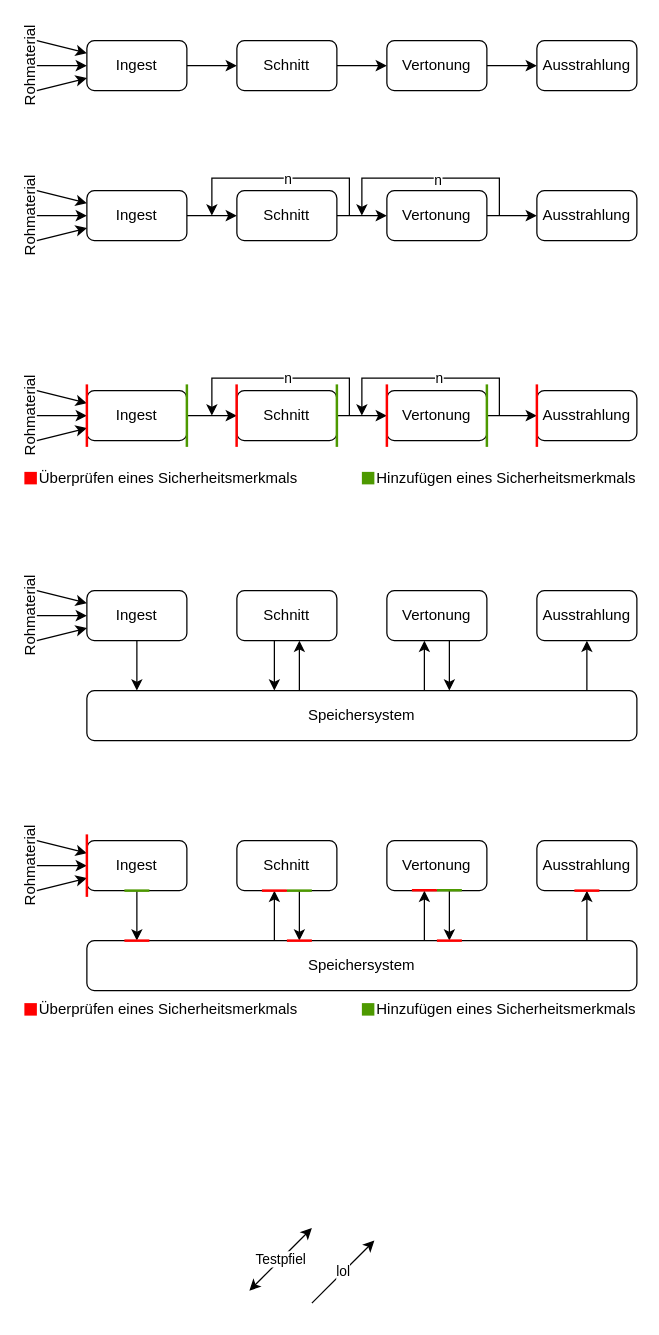
Before: Produktionsprozess.drawio in timteller/Grafiken_Bachelorarbeit, a draw.io diagram. Source tidied: cells renumbered, new cells numbered last; positions are measured from the earlier drawing's top-left corner, leaving out a move shared by most shapes. Both pictures are drawn from the tidied source at 125%, with x=0, y=0 at pixel (-14, 40).
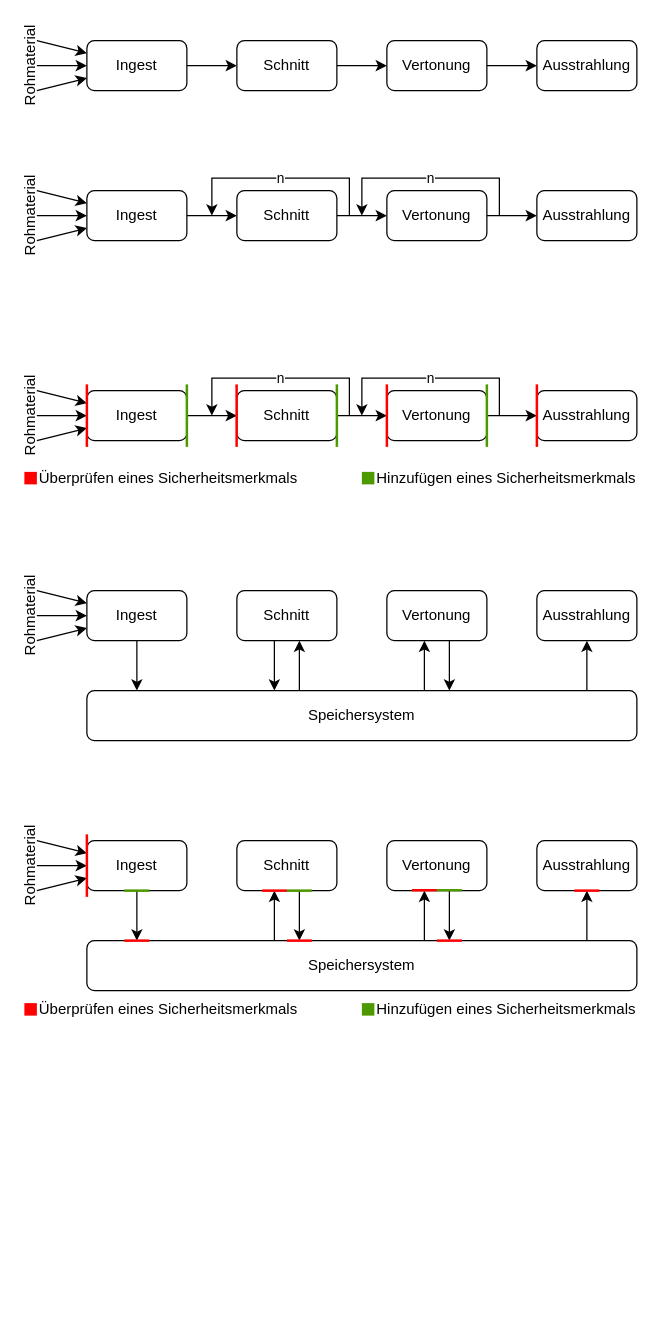
The same page after the edit.

What changed in the source:
```diff
@@
-    <mxCell id="25" style="endArrow=classic;html=1;rounded=0;" parent="13" edge="1">
-      <mxGeometry relative="1" as="geometry">
-        <mxPoint x="290" y="140" as="sourcePoint" />
-        <mxPoint x="180" y="140" as="targetPoint" />
-        <Array as="points">
-          <mxPoint x="290" y="110" />
-          <mxPoint x="240" y="110" />
-          <mxPoint x="180" y="110" />
-        </Array>
-      </mxGeometry>
-    </mxCell>
-    <mxCell id="26" value="n" style="edgeLabel;html=1;align=center;verticalAlign=middle;" parent="25" vertex="1">
-      <mxGeometry x="0.05" relative="1" as="geometry">
-        <mxPoint x="9" as="offset" />
-      </mxGeometry>
-    </mxCell>
-    <mxCell id="27" style="endArrow=classic;html=1;rounded=0;" parent="13" edge="1">
-      <mxGeometry relative="1" as="geometry">
-        <mxPoint x="410" y="140" as="sourcePoint" />
-        <mxPoint x="300" y="140" as="targetPoint" />
-        <Array as="points">
-          <mxPoint x="410" y="110" />
-          <mxPoint x="300" y="110" />
-        </Array>
-      </mxGeometry>
-    </mxCell>
-    <mxCell id="28" value="n" style="edgeLabel;html=1;align=center;verticalAlign=middle;" parent="27" vertex="1">
-      <mxGeometry x="-0.07" y="1" relative="1" as="geometry">
-        <mxPoint x="-1" as="offset" />
-      </mxGeometry>
-    </mxCell>
+    <mxCell id="105" value="n" style="endArrow=classic;html=1;rounded=0;" parent="13" edge="1">
+      <mxGeometry relative="1" as="geometry">
+        <mxPoint x="410" y="140" as="sourcePoint" />
+        <mxPoint x="300" y="140" as="targetPoint" />
+        <Array as="points">
+          <mxPoint x="410" y="110" />
+          <mxPoint x="300" y="110" />
+        </Array>
+      </mxGeometry>
+    </mxCell>
+    <mxCell id="106" value="n" style="endArrow=classic;html=1;rounded=0;" parent="13" edge="1">
+      <mxGeometry relative="1" as="geometry">
+        <mxPoint x="290" y="140" as="sourcePoint" />
+        <mxPoint x="180" y="140" as="targetPoint" />
+        <Array as="points">
+          <mxPoint x="290" y="110" />
+          <mxPoint x="180" y="110" />
+        </Array>
+      </mxGeometry>
+    </mxCell>
@@
-    <mxCell id="52" style="endArrow=classic;html=1;rounded=0;" parent="29" edge="1">
-      <mxGeometry relative="1" as="geometry">
-        <mxPoint x="290" y="300" as="sourcePoint" />
-        <mxPoint x="180" y="300" as="targetPoint" />
-        <Array as="points">
-          <mxPoint x="290" y="270" />
-          <mxPoint x="180" y="270" />
-        </Array>
-      </mxGeometry>
-    </mxCell>
-    <mxCell id="53" value="n" style="edgeLabel;html=1;align=center;verticalAlign=middle;" parent="52" vertex="1">
-      <mxGeometry x="0.12" y="-1" relative="1" as="geometry">
-        <mxPoint x="15" as="offset" />
-      </mxGeometry>
-    </mxCell>
-    <mxCell id="54" style="endArrow=classic;html=1;rounded=0;" parent="29" edge="1">
-      <mxGeometry relative="1" as="geometry">
-        <mxPoint x="410" y="300" as="sourcePoint" />
-        <mxPoint x="300" y="300" as="targetPoint" />
-        <Array as="points">
-          <mxPoint x="410" y="270" />
-          <mxPoint x="300" y="270" />
-        </Array>
-      </mxGeometry>
-    </mxCell>
-    <mxCell id="55" value="n" style="edgeLabel;html=1;align=center;verticalAlign=middle;" parent="54" vertex="1">
-      <mxGeometry x="0.04" y="-1" relative="1" as="geometry">
-        <mxPoint x="9" as="offset" />
-      </mxGeometry>
-    </mxCell>
+    <mxCell id="107" value="n" style="endArrow=classic;html=1;rounded=0;" parent="29" edge="1">
+      <mxGeometry relative="1" as="geometry">
+        <mxPoint x="410" y="300" as="sourcePoint" />
+        <mxPoint x="300" y="300" as="targetPoint" />
+        <Array as="points">
+          <mxPoint x="410" y="270" />
+          <mxPoint x="300" y="270" />
+        </Array>
+      </mxGeometry>
+    </mxCell>
+    <mxCell id="108" value="n" style="endArrow=classic;html=1;rounded=0;" parent="29" edge="1">
+      <mxGeometry relative="1" as="geometry">
+        <mxPoint x="290" y="300" as="sourcePoint" />
+        <mxPoint x="180" y="300" as="targetPoint" />
+        <Array as="points">
+          <mxPoint x="290" y="270" />
+          <mxPoint x="180" y="270" />
+        </Array>
+      </mxGeometry>
+    </mxCell>
@@
-    <mxCell id="102" parent="0" />
-    <mxCell id="103" value="Testpfiel" style="endArrow=classic;startArrow=classic;html=1;rounded=0;" parent="102" edge="1">
-      <mxGeometry relative="1" as="geometry">
-        <mxPoint x="210" y="1000" as="sourcePoint" />
-        <mxPoint x="260" y="950" as="targetPoint" />
-      </mxGeometry>
-    </mxCell>
-    <mxCell id="104" value="lol" style="endArrow=classic;html=1;rounded=0;" parent="102" edge="1">
-      <mxGeometry relative="1" as="geometry">
-        <mxPoint x="260" y="1010" as="sourcePoint" />
-        <mxPoint x="310" y="960" as="targetPoint" />
-      </mxGeometry>
-    </mxCell>
```
